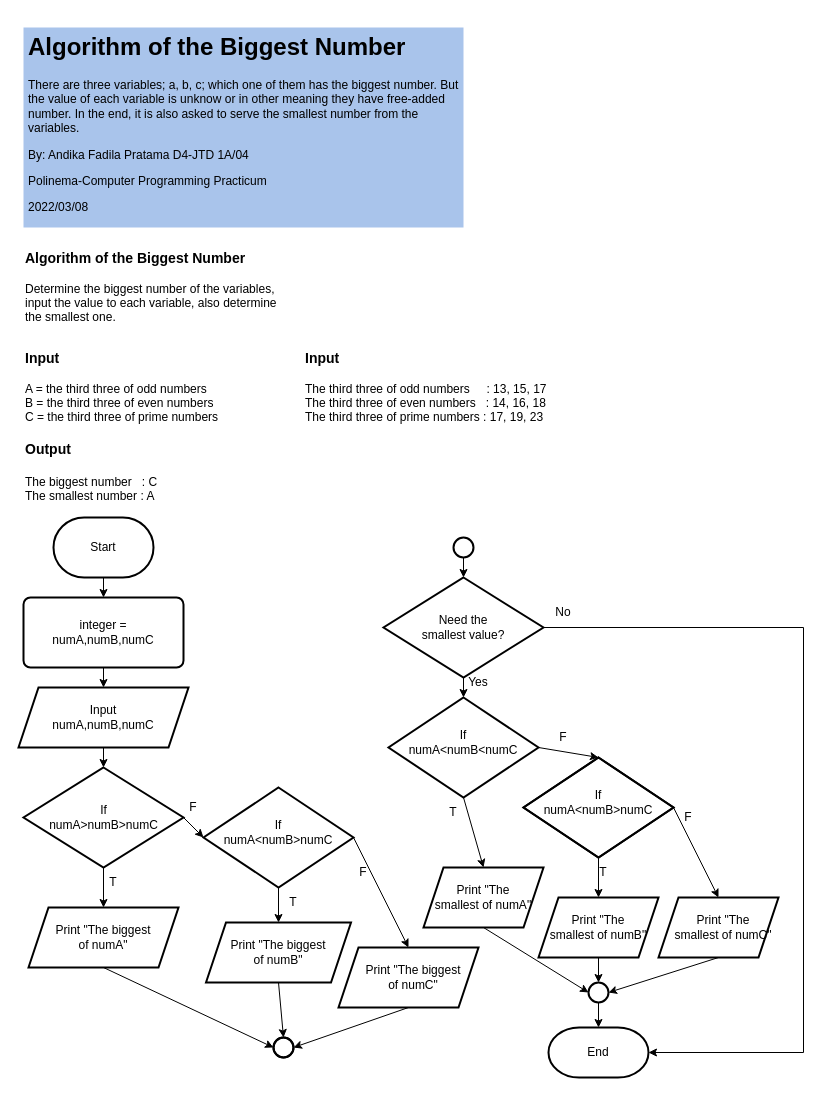
Before: Algorithm of the Biggest Number.drawio in troders34/troders34, a draw.io diagram. Source tidied: cells renumbered, new cells numbered last; positions are measured from the earlier drawing's top-left corner, leaving out a move shared by most shapes. Both pictures are drawn from the tidied source at 100%, with x=0, y=0 at pixel (18, 27).
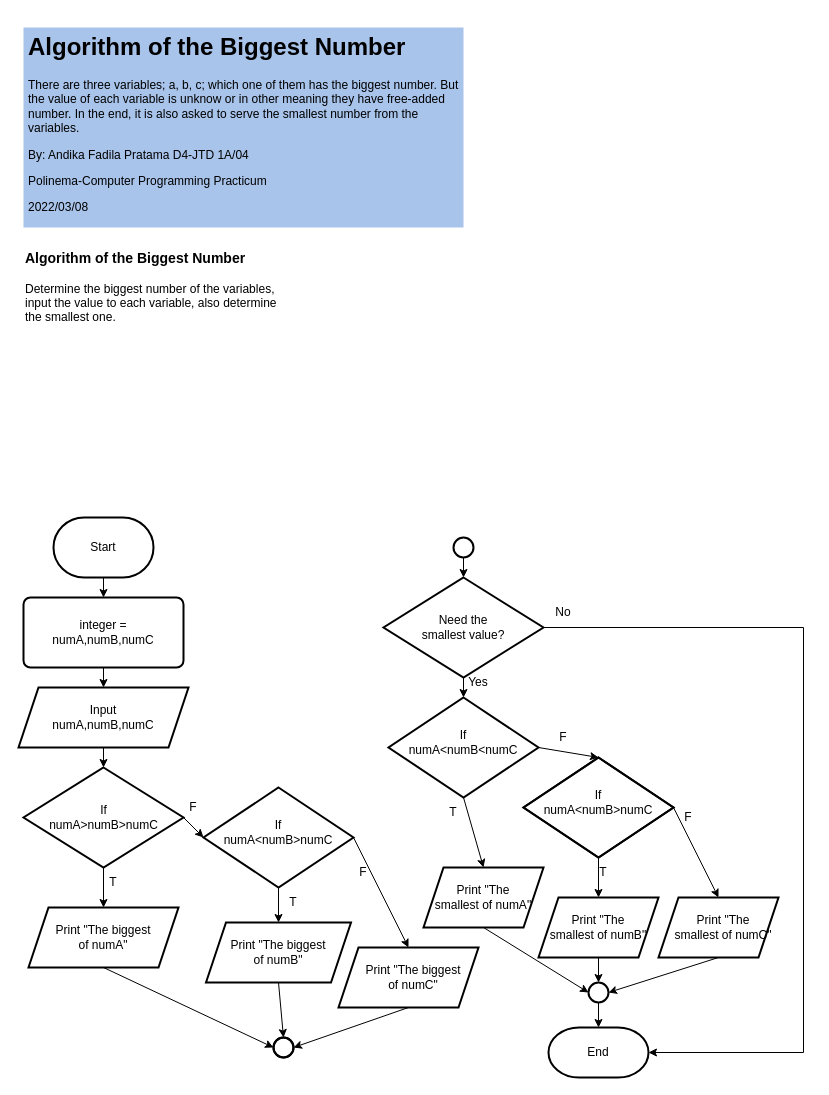
The same diagram, later.

Diff of the diagram source:
```diff
@@
-    <mxCell id="8" value="&lt;div align=&quot;left&quot;&gt;&lt;b&gt;Input&lt;/b&gt;&lt;/div&gt;&lt;div style=&quot;font-size: 12px&quot; align=&quot;left&quot;&gt;&lt;font style=&quot;font-size: 12px&quot;&gt;&lt;br&gt;&lt;/font&gt;&lt;/div&gt;&lt;div style=&quot;font-size: 12px&quot; align=&quot;left&quot;&gt;&lt;font style=&quot;font-size: 12px&quot;&gt;A = the third three of odd numbers&lt;br&gt;&lt;/font&gt;&lt;/div&gt;&lt;div style=&quot;font-size: 12px&quot; align=&quot;left&quot;&gt;&lt;font style=&quot;font-size: 12px&quot;&gt;B = the third three of even numbers&lt;br&gt;&lt;/font&gt;&lt;/div&gt;&lt;div style=&quot;font-size: 12px&quot; align=&quot;left&quot;&gt;&lt;font style=&quot;font-size: 12px&quot;&gt;C = the third three of prime numbers&lt;/font&gt;&lt;br&gt;&lt;/div&gt;" style="text;html=1;strokeColor=none;fillColor=none;align=left;verticalAlign=middle;whiteSpace=wrap;rounded=0;fontSize=14;" parent="1" vertex="1">
-      <mxGeometry x="5" y="320" width="210" height="80" as="geometry" />
-    </mxCell>
-    <mxCell id="9" value="&lt;div align=&quot;left&quot;&gt;&lt;font size=&quot;1&quot;&gt;&lt;b style=&quot;font-size: 14px&quot;&gt;Input&lt;/b&gt;&lt;/font&gt;&lt;/div&gt;&lt;div align=&quot;left&quot;&gt;&lt;br&gt;&lt;/div&gt;&lt;div align=&quot;left&quot;&gt;The third three of odd numbers&amp;nbsp;&amp;nbsp;&amp;nbsp;&amp;nbsp; : 13, 15, 17&lt;br&gt;&lt;/div&gt;&lt;div align=&quot;left&quot;&gt;The third three of even numbers&amp;nbsp;&amp;nbsp; : 14, 16, 18&lt;br&gt;&lt;/div&gt;&lt;div align=&quot;left&quot;&gt;The third three of prime numbers : 17, 19, 23&lt;br&gt;&lt;/div&gt;" style="text;html=1;strokeColor=none;fillColor=none;align=left;verticalAlign=middle;whiteSpace=wrap;rounded=0;fontSize=12;" parent="1" vertex="1">
-      <mxGeometry x="285" y="320" width="260" height="80" as="geometry" />
-    </mxCell>
-    <mxCell id="10" value="&lt;div&gt;&lt;b&gt;Output&lt;/b&gt;&lt;/div&gt;&lt;div&gt;&lt;br&gt;&lt;/div&gt;&lt;div style=&quot;font-size: 12px&quot;&gt;The biggest number&amp;nbsp;&amp;nbsp; : C&lt;/div&gt;&lt;div style=&quot;font-size: 12px&quot;&gt;The smallest number : A&lt;br&gt;&lt;/div&gt;" style="text;html=1;strokeColor=none;fillColor=none;align=left;verticalAlign=middle;whiteSpace=wrap;rounded=0;fontSize=14;" parent="1" vertex="1">
-      <mxGeometry x="5" y="410" width="410" height="70" as="geometry" />
-    </mxCell>
```
